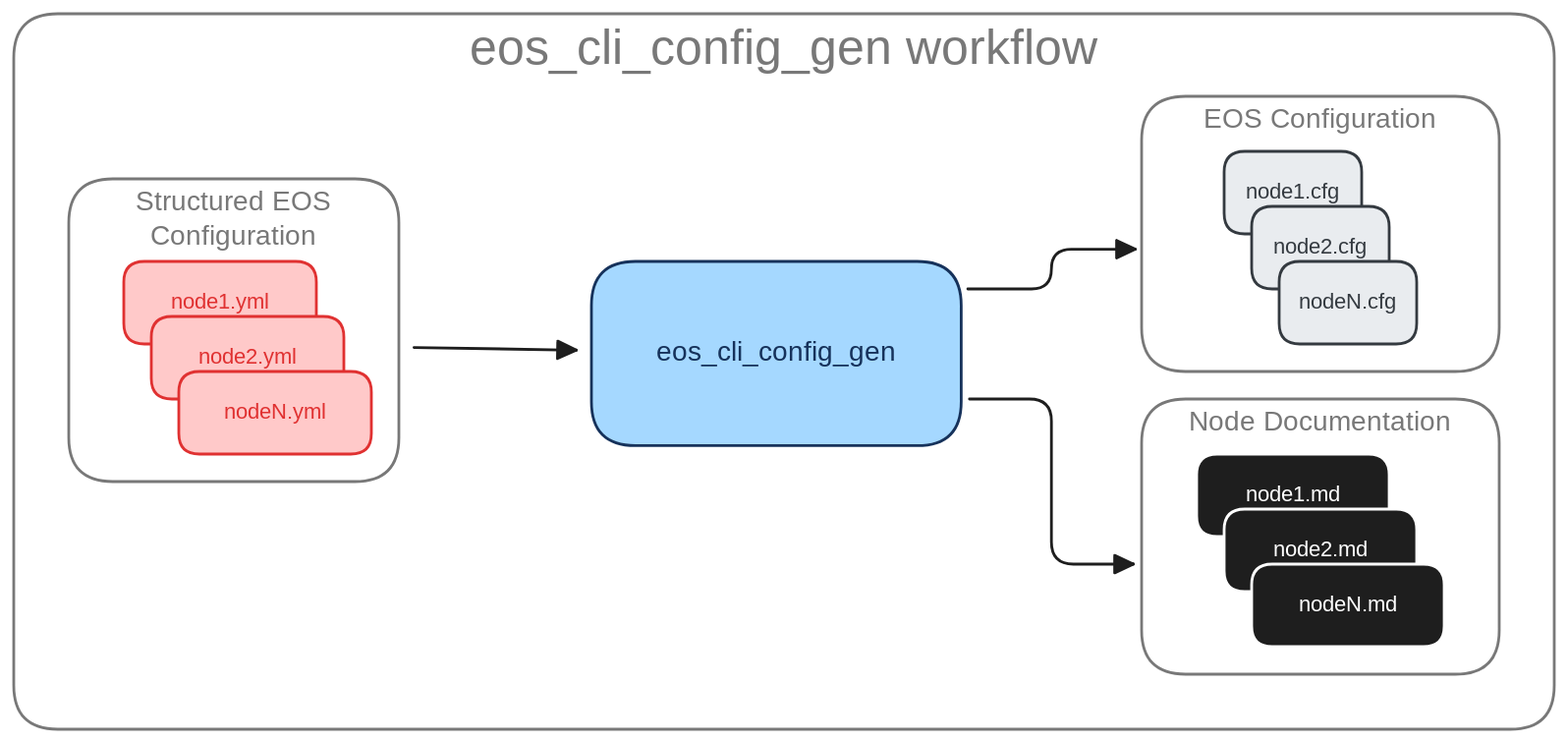
Above: docs/_media/eos_cli_config_gen_light.svg in aristanetworks/avd (Excalidraw), before the change. Source tidied: one line per element, renumbered; positions are measured from the earlier drawing's top-left corner, leaving out a move shared by most shapes. Its diagram source:
```json
{"id": 0, "type": "rectangle", "strokeColor": "#1e1e1e", "strokeWidth": 2, "roughness": 0, "opacity": 60, "round": true, "x": 0, "y": 0, "width": 1120, "height": 520}
{"id": 1, "type": "text", "text": "eos_cli_config_gen workflow", "strokeColor": "#1e1e1e", "strokeWidth": 2, "roughness": 0, "opacity": 60, "fontSize": 36, "fontFamily": 8, "textAlign": "center", "inside": 0, "x": 293, "y": 5, "width": 535, "height": 45}
{"id": 2, "type": "rectangle", "strokeColor": "#1e1e1e", "strokeWidth": 2, "roughness": 0, "opacity": 60, "round": true, "x": 820, "y": 60, "width": 260, "height": 200}
{"id": 3, "type": "text", "text": "EOS Configuration", "strokeColor": "#1e1e1e", "strokeWidth": 2, "roughness": 1, "opacity": 60, "fontSize": 20, "fontFamily": 8, "textAlign": "center", "inside": 2, "x": 857, "y": 65, "width": 187, "height": 25}
{"id": 4, "type": "rectangle", "strokeColor": "#1e1e1e", "strokeWidth": 2, "roughness": 0, "opacity": 60, "round": true, "x": 820, "y": 280, "width": 260, "height": 200}
{"id": 5, "type": "text", "text": "Node Documentation", "strokeColor": "#1e1e1e", "strokeWidth": 2, "roughness": 1, "opacity": 60, "fontSize": 20, "fontFamily": 8, "textAlign": "center", "inside": 4, "x": 851, "y": 285, "width": 198, "height": 25}
{"id": 6, "type": "rectangle", "strokeColor": "#1e1e1e", "strokeWidth": 2, "roughness": 0, "opacity": 60, "round": true, "x": 40, "y": 120, "width": 240, "height": 220}
{"id": 7, "type": "text", "text": "Structured EOS\nConfiguration", "strokeColor": "#1e1e1e", "strokeWidth": 2, "roughness": 0, "opacity": 60, "fontSize": 20, "fontFamily": 8, "textAlign": "center", "inside": 6, "x": 83, "y": 125, "width": 154, "height": 50}
{"id": 8, "type": "rectangle", "strokeColor": "#16325b", "backgroundColor": "#a5d8ff", "fillStyle": "solid", "strokeWidth": 2, "roughness": 0, "round": true, "x": 420, "y": 180, "width": 269, "height": 134}
{"id": 9, "type": "text", "text": "eos_cli_config_gen", "strokeColor": "#16325b", "strokeWidth": 2, "roughness": 0, "fontSize": 20, "fontFamily": 8, "textAlign": "center", "verticalAlign": "middle", "inside": 8, "x": 455, "y": 234, "width": 198, "height": 25}
{"id": 10, "type": "arrow", "strokeColor": "#1e1e1e", "strokeWidth": 2, "roughness": 0, "endArrowhead": "triangle", "from": 6, "to": 8, "x": 291, "y": 243, "width": 118, "height": 2, "points": [[0, 0], [118, 2]]}
{"id": 11, "type": "rectangle", "strokeColor": "#e03131", "backgroundColor": "#ffc9c9", "fillStyle": "solid", "strokeWidth": 2, "roughness": 0, "round": true, "x": 80, "y": 180, "width": 140, "height": 60}
{"id": 12, "type": "text", "text": "node1.yml", "strokeColor": "#e03131", "strokeWidth": 2, "roughness": 0, "fontSize": 16, "fontFamily": 8, "textAlign": "center", "verticalAlign": "middle", "inside": 11, "x": 110, "y": 200, "width": 79, "height": 20}
{"id": 13, "type": "rectangle", "strokeColor": "#343a40", "backgroundColor": "#e9ecef", "fillStyle": "solid", "strokeWidth": 2, "roughness": 0, "round": true, "x": 880, "y": 100, "width": 100, "height": 60}
{"id": 14, "type": "text", "text": "node1.cfg", "strokeColor": "#343a40", "strokeWidth": 2, "roughness": 0, "fontSize": 16, "fontFamily": 8, "textAlign": "center", "verticalAlign": "middle", "inside": 13, "x": 890, "y": 120, "width": 79, "height": 20}
{"id": 15, "type": "rectangle", "strokeColor": "#343a40", "backgroundColor": "#e9ecef", "fillStyle": "solid", "strokeWidth": 2, "roughness": 0, "round": true, "x": 900, "y": 140, "width": 100, "height": 60}
{"id": 16, "type": "text", "text": "node2.cfg", "strokeColor": "#343a40", "strokeWidth": 2, "roughness": 0, "fontSize": 16, "fontFamily": 8, "textAlign": "center", "verticalAlign": "middle", "inside": 15, "x": 910, "y": 160, "width": 79, "height": 20}
{"id": 17, "type": "rectangle", "strokeColor": "#343a40", "backgroundColor": "#e9ecef", "fillStyle": "solid", "strokeWidth": 2, "roughness": 0, "round": true, "x": 920, "y": 180, "width": 100, "height": 60}
{"id": 18, "type": "text", "text": "nodeN.cfg", "strokeColor": "#343a40", "strokeWidth": 2, "roughness": 0, "fontSize": 16, "fontFamily": 8, "textAlign": "center", "verticalAlign": "middle", "inside": 17, "x": 930, "y": 200, "width": 79, "height": 20}
{"id": 19, "type": "rectangle", "strokeColor": "#e03131", "backgroundColor": "#ffc9c9", "fillStyle": "solid", "strokeWidth": 2, "roughness": 0, "round": true, "x": 100, "y": 220, "width": 140, "height": 60}
{"id": 20, "type": "text", "text": "node2.yml", "strokeColor": "#e03131", "strokeWidth": 2, "roughness": 0, "fontSize": 16, "fontFamily": 8, "textAlign": "center", "verticalAlign": "middle", "inside": 19, "x": 130, "y": 240, "width": 79, "height": 20}
{"id": 21, "type": "rectangle", "strokeColor": "#e03131", "backgroundColor": "#ffc9c9", "fillStyle": "solid", "strokeWidth": 2, "roughness": 0, "round": true, "x": 120, "y": 260, "width": 140, "height": 60}
{"id": 22, "type": "text", "text": "nodeN.yml", "strokeColor": "#e03131", "strokeWidth": 2, "roughness": 0, "fontSize": 16, "fontFamily": 8, "textAlign": "center", "verticalAlign": "middle", "inside": 21, "x": 150, "y": 280, "width": 79, "height": 20}
{"id": 23, "type": "rectangle", "strokeColor": "#ffffff", "backgroundColor": "#1e1e1e", "fillStyle": "solid", "strokeWidth": 2, "roughness": 0, "round": true, "x": 860, "y": 320, "width": 140, "height": 60}
{"id": 24, "type": "text", "text": "node1.md", "strokeColor": "#ffffff", "strokeWidth": 2, "roughness": 0, "fontSize": 16, "fontFamily": 8, "textAlign": "center", "verticalAlign": "middle", "inside": 23, "x": 895, "y": 340, "width": 70, "height": 20}
{"id": 25, "type": "rectangle", "strokeColor": "#ffffff", "backgroundColor": "#1e1e1e", "fillStyle": "solid", "strokeWidth": 2, "roughness": 0, "round": true, "x": 880, "y": 360, "width": 140, "height": 60}
{"id": 26, "type": "text", "text": "node2.md", "strokeColor": "#ffffff", "strokeWidth": 2, "roughness": 0, "fontSize": 16, "fontFamily": 8, "textAlign": "center", "verticalAlign": "middle", "inside": 25, "x": 915, "y": 380, "width": 70, "height": 20}
{"id": 27, "type": "rectangle", "strokeColor": "#ffffff", "backgroundColor": "#1e1e1e", "fillStyle": "solid", "strokeWidth": 2, "roughness": 0, "round": true, "x": 900, "y": 400, "width": 140, "height": 60}
{"id": 28, "type": "text", "text": "nodeN.md", "strokeColor": "#ffffff", "strokeWidth": 2, "roughness": 0, "fontSize": 16, "fontFamily": 8, "textAlign": "center", "verticalAlign": "middle", "inside": 27, "x": 935, "y": 420, "width": 70, "height": 20}
{"id": 29, "type": "arrow", "strokeColor": "#1e1e1e", "backgroundColor": "#e9ecef", "fillStyle": "solid", "strokeWidth": 2, "roughness": 0, "endArrowhead": "triangle", "from": 8, "to": 2, "x": 694, "y": 200, "width": 122, "height": 29, "points": [[0, 0], [61, 0], [61, -29], [122, -29]]}
{"id": 30, "type": "arrow", "strokeColor": "#1e1e1e", "backgroundColor": "#1e1e1e", "fillStyle": "solid", "strokeWidth": 2, "roughness": 0, "endArrowhead": "triangle", "from": 8, "to": 4, "x": 695, "y": 280, "width": 119, "height": 120, "points": [[0, 0], [60, 0], [60, 120], [119, 120]]}
```
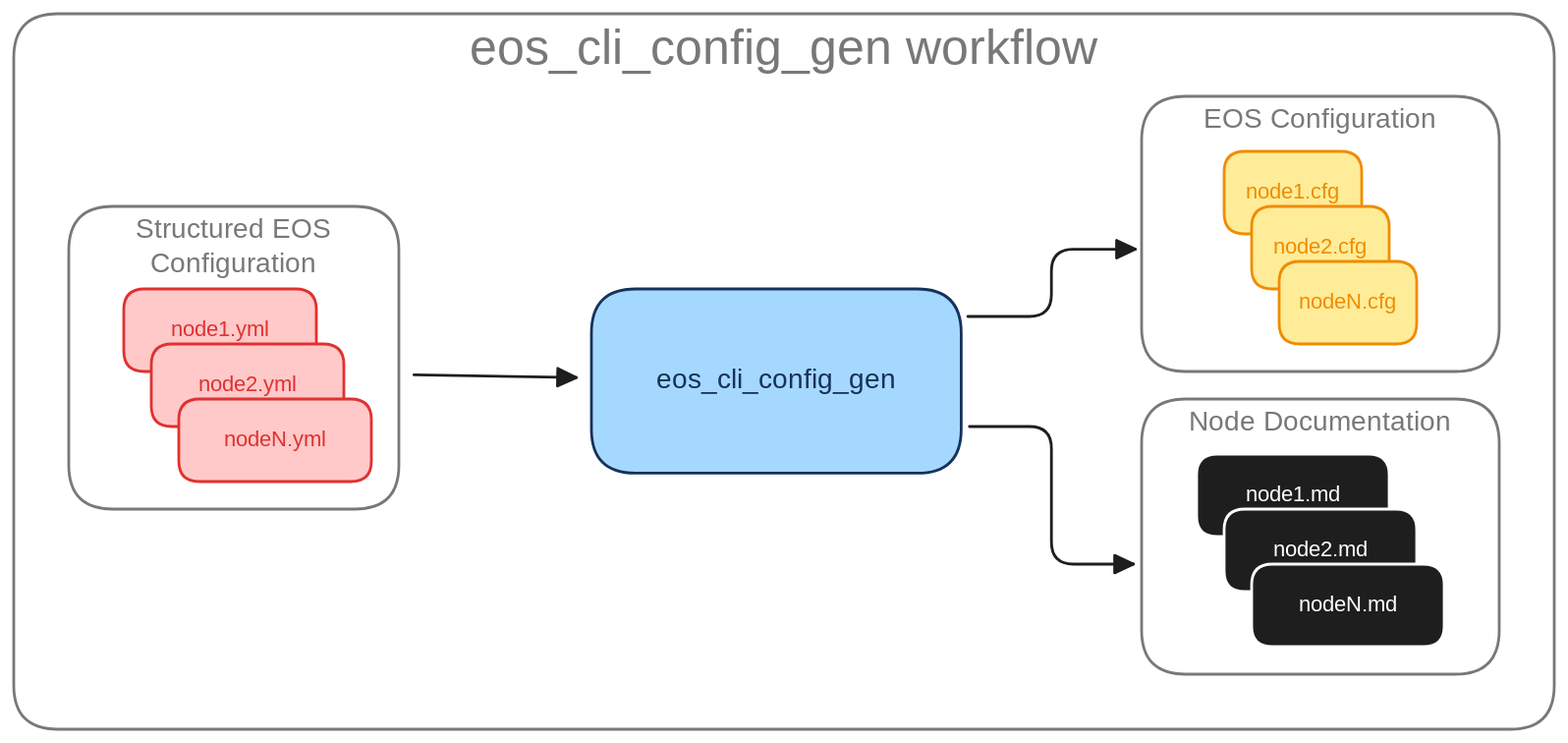
The same diagram one commit later.

What changed in the source:
```diff
@@ -4,28 +4,28 @@
 {"id": 3, "type": "text", "text": "EOS Configuration", "strokeColor": "#1e1e1e", "strokeWidth": 2, "roughness": 1, "opacity": 60, "fontSize": 20, "fontFamily": 8, "textAlign": "center", "inside": 2, "x": 857, "y": 65, "width": 187, "height": 25}
 {"id": 4, "type": "rectangle", "strokeColor": "#1e1e1e", "strokeWidth": 2, "roughness": 0, "opacity": 60, "round": true, "x": 820, "y": 280, "width": 260, "height": 200}
 {"id": 5, "type": "text", "text": "Node Documentation", "strokeColor": "#1e1e1e", "strokeWidth": 2, "roughness": 1, "opacity": 60, "fontSize": 20, "fontFamily": 8, "textAlign": "center", "inside": 4, "x": 851, "y": 285, "width": 198, "height": 25}
-{"id": 6, "type": "rectangle", "strokeColor": "#1e1e1e", "strokeWidth": 2, "roughness": 0, "opacity": 60, "round": true, "x": 40, "y": 120, "width": 240, "height": 220}
+{"id": 6, "type": "rectangle", "strokeColor": "#1e1e1e", "strokeWidth": 2, "roughness": 0, "opacity": 60, "round": true, "x": 40, "y": 140, "width": 240, "height": 220}
-{"id": 7, "type": "text", "text": "Structured EOS\nConfiguration", "strokeColor": "#1e1e1e", "strokeWidth": 2, "roughness": 0, "opacity": 60, "fontSize": 20, "fontFamily": 8, "textAlign": "center", "inside": 6, "x": 83, "y": 125, "width": 154, "height": 50}
+{"id": 7, "type": "text", "text": "Structured EOS\nConfiguration", "strokeColor": "#1e1e1e", "strokeWidth": 2, "roughness": 0, "opacity": 60, "fontSize": 20, "fontFamily": 8, "textAlign": "center", "inside": 6, "x": 83, "y": 145, "width": 154, "height": 50}
-{"id": 8, "type": "rectangle", "strokeColor": "#16325b", "backgroundColor": "#a5d8ff", "fillStyle": "solid", "strokeWidth": 2, "roughness": 0, "round": true, "x": 420, "y": 180, "width": 269, "height": 134}
+{"id": 8, "type": "rectangle", "strokeColor": "#16325b", "backgroundColor": "#a5d8ff", "fillStyle": "solid", "strokeWidth": 2, "roughness": 0, "round": true, "x": 420, "y": 200, "width": 269, "height": 134}
-{"id": 9, "type": "text", "text": "eos_cli_config_gen", "strokeColor": "#16325b", "strokeWidth": 2, "roughness": 0, "fontSize": 20, "fontFamily": 8, "textAlign": "center", "verticalAlign": "middle", "inside": 8, "x": 455, "y": 234, "width": 198, "height": 25}
+{"id": 9, "type": "text", "text": "eos_cli_config_gen", "strokeColor": "#16325b", "strokeWidth": 2, "roughness": 0, "fontSize": 20, "fontFamily": 8, "textAlign": "center", "verticalAlign": "middle", "inside": 8, "x": 455, "y": 254, "width": 198, "height": 25}
-{"id": 10, "type": "arrow", "strokeColor": "#1e1e1e", "strokeWidth": 2, "roughness": 0, "endArrowhead": "triangle", "from": 6, "to": 8, "x": 291, "y": 243, "width": 118, "height": 2, "points": [[0, 0], [118, 2]]}
+{"id": 10, "type": "arrow", "strokeColor": "#1e1e1e", "strokeWidth": 2, "roughness": 0, "endArrowhead": "triangle", "from": 6, "to": 8, "x": 291, "y": 262, "width": 118, "height": 2, "points": [[0, 0], [118, 2]]}
-{"id": 11, "type": "rectangle", "strokeColor": "#e03131", "backgroundColor": "#ffc9c9", "fillStyle": "solid", "strokeWidth": 2, "roughness": 0, "round": true, "x": 80, "y": 180, "width": 140, "height": 60}
+{"id": 11, "type": "rectangle", "strokeColor": "#e03131", "backgroundColor": "#ffc9c9", "fillStyle": "solid", "strokeWidth": 2, "roughness": 0, "round": true, "x": 80, "y": 200, "width": 140, "height": 60}
-{"id": 12, "type": "text", "text": "node1.yml", "strokeColor": "#e03131", "strokeWidth": 2, "roughness": 0, "fontSize": 16, "fontFamily": 8, "textAlign": "center", "verticalAlign": "middle", "inside": 11, "x": 110, "y": 200, "width": 79, "height": 20}
+{"id": 12, "type": "text", "text": "node1.yml", "strokeColor": "#e03131", "strokeWidth": 2, "roughness": 0, "fontSize": 16, "fontFamily": 8, "textAlign": "center", "verticalAlign": "middle", "inside": 11, "x": 110, "y": 220, "width": 79, "height": 20}
-{"id": 13, "type": "rectangle", "strokeColor": "#343a40", "backgroundColor": "#e9ecef", "fillStyle": "solid", "strokeWidth": 2, "roughness": 0, "round": true, "x": 880, "y": 100, "width": 100, "height": 60}
+{"id": 13, "type": "rectangle", "strokeColor": "#f08c00", "backgroundColor": "#ffec99", "fillStyle": "solid", "strokeWidth": 2, "roughness": 0, "round": true, "x": 880, "y": 100, "width": 100, "height": 60}
-{"id": 14, "type": "text", "text": "node1.cfg", "strokeColor": "#343a40", "strokeWidth": 2, "roughness": 0, "fontSize": 16, "fontFamily": 8, "textAlign": "center", "verticalAlign": "middle", "inside": 13, "x": 890, "y": 120, "width": 79, "height": 20}
+{"id": 14, "type": "text", "text": "node1.cfg", "strokeColor": "#f08c00", "strokeWidth": 2, "roughness": 0, "fontSize": 16, "fontFamily": 8, "textAlign": "center", "verticalAlign": "middle", "inside": 13, "x": 890, "y": 120, "width": 79, "height": 20}
-{"id": 15, "type": "rectangle", "strokeColor": "#343a40", "backgroundColor": "#e9ecef", "fillStyle": "solid", "strokeWidth": 2, "roughness": 0, "round": true, "x": 900, "y": 140, "width": 100, "height": 60}
+{"id": 15, "type": "rectangle", "strokeColor": "#f08c00", "backgroundColor": "#ffec99", "fillStyle": "solid", "strokeWidth": 2, "roughness": 0, "round": true, "x": 900, "y": 140, "width": 100, "height": 60}
-{"id": 16, "type": "text", "text": "node2.cfg", "strokeColor": "#343a40", "strokeWidth": 2, "roughness": 0, "fontSize": 16, "fontFamily": 8, "textAlign": "center", "verticalAlign": "middle", "inside": 15, "x": 910, "y": 160, "width": 79, "height": 20}
+{"id": 16, "type": "text", "text": "node2.cfg", "strokeColor": "#f08c00", "strokeWidth": 2, "roughness": 0, "fontSize": 16, "fontFamily": 8, "textAlign": "center", "verticalAlign": "middle", "inside": 15, "x": 910, "y": 160, "width": 79, "height": 20}
-{"id": 17, "type": "rectangle", "strokeColor": "#343a40", "backgroundColor": "#e9ecef", "fillStyle": "solid", "strokeWidth": 2, "roughness": 0, "round": true, "x": 920, "y": 180, "width": 100, "height": 60}
+{"id": 17, "type": "rectangle", "strokeColor": "#f08c00", "backgroundColor": "#ffec99", "fillStyle": "solid", "strokeWidth": 2, "roughness": 0, "round": true, "x": 920, "y": 180, "width": 100, "height": 60}
-{"id": 18, "type": "text", "text": "nodeN.cfg", "strokeColor": "#343a40", "strokeWidth": 2, "roughness": 0, "fontSize": 16, "fontFamily": 8, "textAlign": "center", "verticalAlign": "middle", "inside": 17, "x": 930, "y": 200, "width": 79, "height": 20}
+{"id": 18, "type": "text", "text": "nodeN.cfg", "strokeColor": "#f08c00", "strokeWidth": 2, "roughness": 0, "fontSize": 16, "fontFamily": 8, "textAlign": "center", "verticalAlign": "middle", "inside": 17, "x": 930, "y": 200, "width": 79, "height": 20}
-{"id": 19, "type": "rectangle", "strokeColor": "#e03131", "backgroundColor": "#ffc9c9", "fillStyle": "solid", "strokeWidth": 2, "roughness": 0, "round": true, "x": 100, "y": 220, "width": 140, "height": 60}
+{"id": 19, "type": "rectangle", "strokeColor": "#e03131", "backgroundColor": "#ffc9c9", "fillStyle": "solid", "strokeWidth": 2, "roughness": 0, "round": true, "x": 100, "y": 240, "width": 140, "height": 60}
-{"id": 20, "type": "text", "text": "node2.yml", "strokeColor": "#e03131", "strokeWidth": 2, "roughness": 0, "fontSize": 16, "fontFamily": 8, "textAlign": "center", "verticalAlign": "middle", "inside": 19, "x": 130, "y": 240, "width": 79, "height": 20}
+{"id": 20, "type": "text", "text": "node2.yml", "strokeColor": "#e03131", "strokeWidth": 2, "roughness": 0, "fontSize": 16, "fontFamily": 8, "textAlign": "center", "verticalAlign": "middle", "inside": 19, "x": 130, "y": 260, "width": 79, "height": 20}
-{"id": 21, "type": "rectangle", "strokeColor": "#e03131", "backgroundColor": "#ffc9c9", "fillStyle": "solid", "strokeWidth": 2, "roughness": 0, "round": true, "x": 120, "y": 260, "width": 140, "height": 60}
+{"id": 21, "type": "rectangle", "strokeColor": "#e03131", "backgroundColor": "#ffc9c9", "fillStyle": "solid", "strokeWidth": 2, "roughness": 0, "round": true, "x": 120, "y": 280, "width": 140, "height": 60}
-{"id": 22, "type": "text", "text": "nodeN.yml", "strokeColor": "#e03131", "strokeWidth": 2, "roughness": 0, "fontSize": 16, "fontFamily": 8, "textAlign": "center", "verticalAlign": "middle", "inside": 21, "x": 150, "y": 280, "width": 79, "height": 20}
+{"id": 22, "type": "text", "text": "nodeN.yml", "strokeColor": "#e03131", "strokeWidth": 2, "roughness": 0, "fontSize": 16, "fontFamily": 8, "textAlign": "center", "verticalAlign": "middle", "inside": 21, "x": 150, "y": 300, "width": 79, "height": 20}
 {"id": 23, "type": "rectangle", "strokeColor": "#ffffff", "backgroundColor": "#1e1e1e", "fillStyle": "solid", "strokeWidth": 2, "roughness": 0, "round": true, "x": 860, "y": 320, "width": 140, "height": 60}
 {"id": 24, "type": "text", "text": "node1.md", "strokeColor": "#ffffff", "strokeWidth": 2, "roughness": 0, "fontSize": 16, "fontFamily": 8, "textAlign": "center", "verticalAlign": "middle", "inside": 23, "x": 895, "y": 340, "width": 70, "height": 20}
 {"id": 25, "type": "rectangle", "strokeColor": "#ffffff", "backgroundColor": "#1e1e1e", "fillStyle": "solid", "strokeWidth": 2, "roughness": 0, "round": true, "x": 880, "y": 360, "width": 140, "height": 60}
 {"id": 26, "type": "text", "text": "node2.md", "strokeColor": "#ffffff", "strokeWidth": 2, "roughness": 0, "fontSize": 16, "fontFamily": 8, "textAlign": "center", "verticalAlign": "middle", "inside": 25, "x": 915, "y": 380, "width": 70, "height": 20}
 {"id": 27, "type": "rectangle", "strokeColor": "#ffffff", "backgroundColor": "#1e1e1e", "fillStyle": "solid", "strokeWidth": 2, "roughness": 0, "round": true, "x": 900, "y": 400, "width": 140, "height": 60}
 {"id": 28, "type": "text", "text": "nodeN.md", "strokeColor": "#ffffff", "strokeWidth": 2, "roughness": 0, "fontSize": 16, "fontFamily": 8, "textAlign": "center", "verticalAlign": "middle", "inside": 27, "x": 935, "y": 420, "width": 70, "height": 20}
-{"id": 29, "type": "arrow", "strokeColor": "#1e1e1e", "backgroundColor": "#e9ecef", "fillStyle": "solid", "strokeWidth": 2, "roughness": 0, "endArrowhead": "triangle", "from": 8, "to": 2, "x": 694, "y": 200, "width": 122, "height": 29, "points": [[0, 0], [61, 0], [61, -29], [122, -29]]}
+{"id": 29, "type": "arrow", "strokeColor": "#1e1e1e", "backgroundColor": "#e9ecef", "fillStyle": "solid", "strokeWidth": 2, "roughness": 0, "endArrowhead": "triangle", "from": 8, "to": 2, "x": 694, "y": 220, "width": 122, "height": 49, "points": [[0, 0], [61, 0], [61, -49], [122, -49]]}
-{"id": 30, "type": "arrow", "strokeColor": "#1e1e1e", "backgroundColor": "#1e1e1e", "fillStyle": "solid", "strokeWidth": 2, "roughness": 0, "endArrowhead": "triangle", "from": 8, "to": 4, "x": 695, "y": 280, "width": 119, "height": 120, "points": [[0, 0], [60, 0], [60, 120], [119, 120]]}
+{"id": 30, "type": "arrow", "strokeColor": "#1e1e1e", "backgroundColor": "#1e1e1e", "fillStyle": "solid", "strokeWidth": 2, "roughness": 0, "endArrowhead": "triangle", "from": 8, "to": 4, "x": 695, "y": 300, "width": 119, "height": 100, "points": [[0, 0], [60, 0], [60, 100], [119, 100]]}
```
